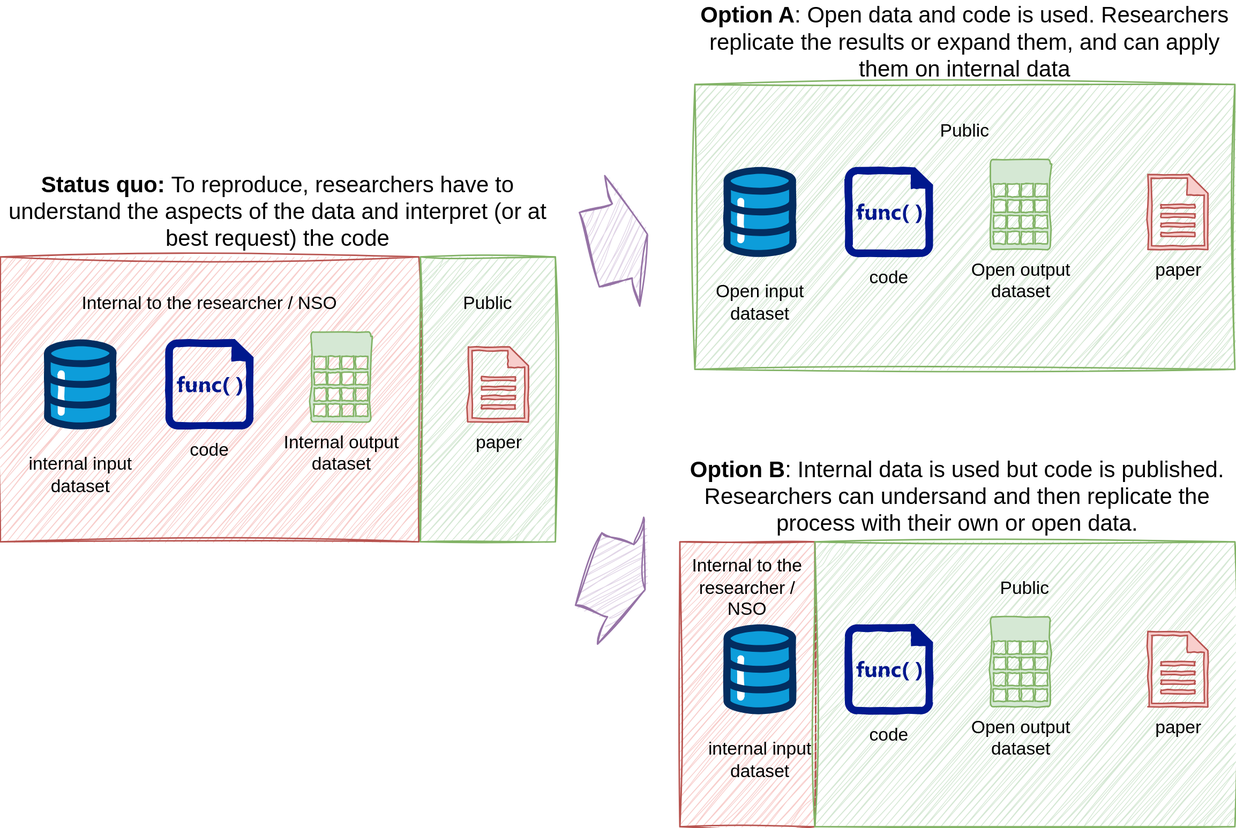
Above: docs/images/reserarch-objects-shifting-the-paradigm.svg in sergegoussev/reproducibility-project (draw.io), before the change. Source tidied: cells renumbered, new cells last; positions are measured from the earlier drawing's top-left corner, leaving out a move shared by most shapes.
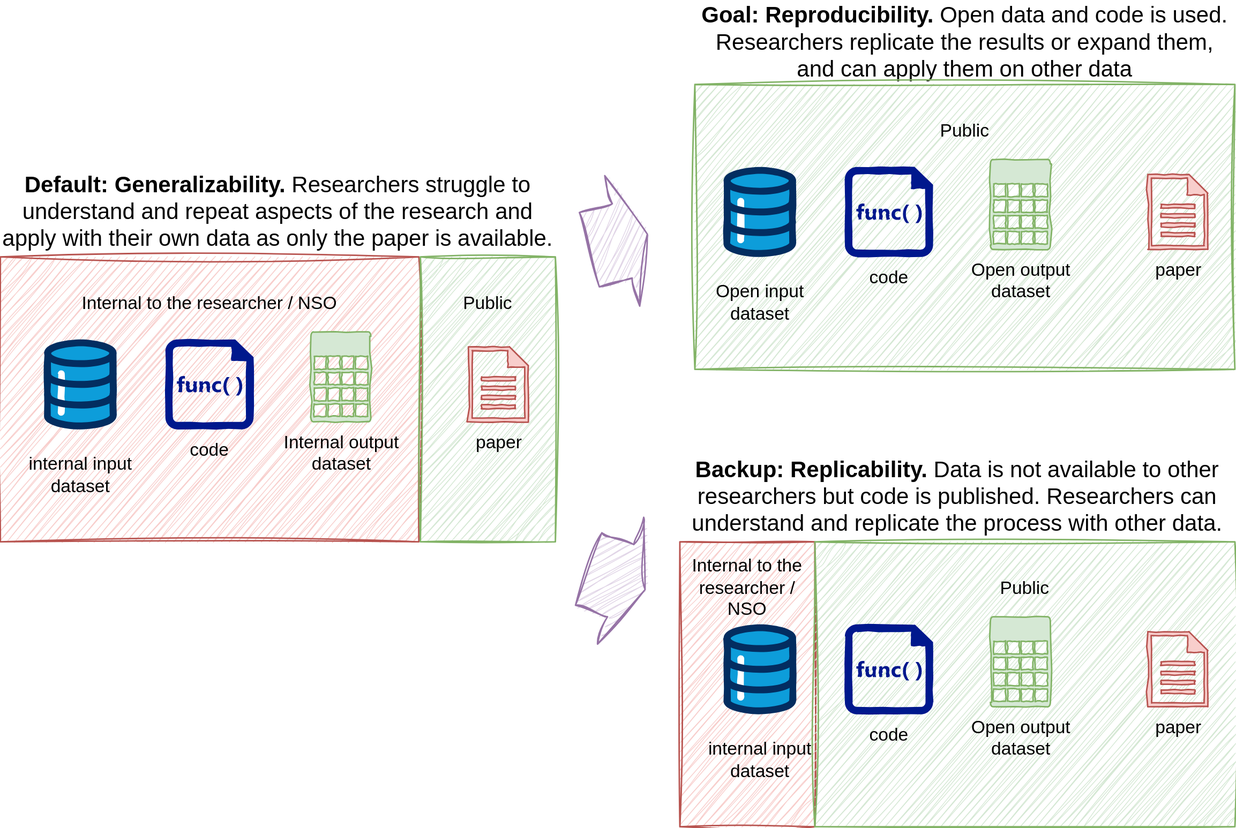
After the commit.

What changed in the source:
```diff
@@ -23,13 +23,13 @@
     <mxCell id="8" style="shape=singleArrow;whiteSpace=wrap;html=1;arrowWidth=0.5703708224826389;arrowSize=0.433331298828125;fillColor=#e1d5e7;strokeColor=#9673a6;sketch=1;curveFitting=1;jiggle=2;sketchStyle=rough;rotation=-15;" parent="1" vertex="1">
       <mxGeometry x="392" y="115" width="40" height="90" as="geometry" />
     </mxCell>
-    <mxCell id="9" value="&lt;b&gt;Status quo: &lt;/b&gt;To reproduce, researchers have to understand the aspects of the data and interpret (or at best request) the code" style="text;html=1;align=center;verticalAlign=middle;whiteSpace=wrap;rounded=0;fontSize=15;" parent="1" vertex="1">
+    <mxCell id="9" value="&lt;p&gt;&lt;strong&gt;Default: Generalizability.&amp;nbsp;&lt;/strong&gt;Researchers struggle to understand and repeat aspects of the research and apply with their own data as only the paper is&amp;nbsp;available.&lt;/p&gt;" style="text;html=1;align=center;verticalAlign=middle;whiteSpace=wrap;rounded=0;fontSize=15;" parent="1" vertex="1">
       <mxGeometry y="114" width="370" height="50" as="geometry" />
     </mxCell>
-    <mxCell id="10" value="&lt;b&gt;Option A&lt;/b&gt;: Open data and code is used. Researchers replicate the results or expand them, and can apply them on internal data" style="text;html=1;align=center;verticalAlign=middle;whiteSpace=wrap;rounded=0;fontSize=15;" parent="1" vertex="1">
+    <mxCell id="10" value="&lt;b&gt;Goal: Reproducibility.&lt;/b&gt;&amp;nbsp;Open data and code is used. Researchers replicate the results or expand them, and can apply them on other data" style="text;html=1;align=center;verticalAlign=middle;whiteSpace=wrap;rounded=0;fontSize=15;" parent="1" vertex="1">
       <mxGeometry x="463" width="360" height="51" as="geometry" />
     </mxCell>
-    <mxCell id="11" value="&lt;b&gt;Option B&lt;/b&gt;: Internal data is used but code is published. Researchers can undersand and then replicate the process with their own or open data." style="text;html=1;align=center;verticalAlign=middle;whiteSpace=wrap;rounded=0;fontSize=15;" parent="1" vertex="1">
+    <mxCell id="11" value="&lt;p&gt;&lt;strong&gt;Backup: Replicability.&lt;/strong&gt;&amp;nbsp;Data is not available to other researchers but code is published. Researchers can understand and replicate the process with other data.&lt;/p&gt;" style="text;html=1;align=center;verticalAlign=middle;whiteSpace=wrap;rounded=0;fontSize=15;" parent="1" vertex="1">
       <mxGeometry x="453" y="299" width="370" height="60" as="geometry" />
     </mxCell>
     <mxCell id="12" style="shape=singleArrow;whiteSpace=wrap;html=1;arrowWidth=0.5703708224826389;arrowSize=0.433331298828125;fillColor=#e1d5e7;strokeColor=#9673a6;sketch=1;curveFitting=1;jiggle=2;sketchStyle=rough;rotation=20;" parent="1" vertex="1">
```
